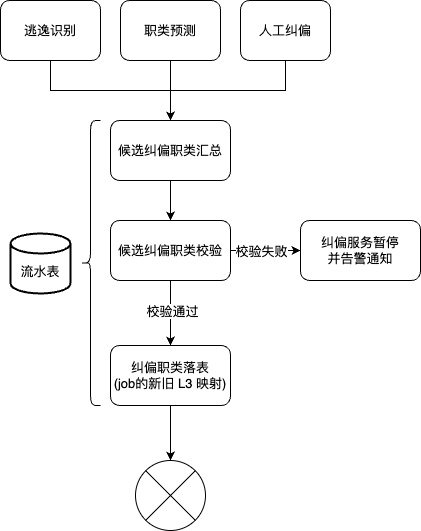
Before: work-draw-file/职类纠偏.png, a diagram exported from draw.io (liujunao/draw-data). Source tidied: cells renumbered, new cells last; positions are measured from the earlier drawing's top-left corner, leaving out a move shared by most shapes.
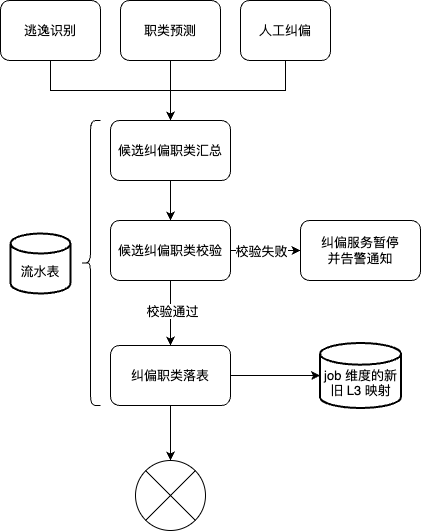
After the commit.

Commit message:
更新职类纠偏.png

What changed in the source:
```diff
@@ -5,7 +5,10 @@
     <mxCell id="2" style="edgeStyle=orthogonalEdgeStyle;rounded=0;jettySize=auto;html=1;exitX=0.5;exitY=1;exitDx=0;exitDy=0;entryX=0.5;entryY=0;entryDx=0;entryDy=0;entryPerimeter=0;" parent="1" edge="1" source="3" target="20">
       <mxGeometry relative="1" as="geometry" />
     </mxCell>
+    <mxCell id="21" style="edgeStyle=orthogonalEdgeStyle;rounded=0;jettySize=auto;html=1;exitX=1;exitY=0.5;exitDx=0;exitDy=0;entryX=0;entryY=0.5;entryDx=0;entryDy=0;entryPerimeter=0;" parent="1" edge="1" source="3" target="22">
+      <mxGeometry relative="1" as="geometry" />
+    </mxCell>
-    <mxCell id="3" value="纠偏职类落表&lt;br&gt;(job的新旧 L3 映射)" style="rounded=1;whiteSpace=wrap;html=1;" parent="1" vertex="1">
+    <mxCell id="3" value="纠偏职类落表" style="rounded=1;whiteSpace=wrap;html=1;" parent="1" vertex="1">
       <mxGeometry x="110" y="345" width="120" height="60" as="geometry" />
     </mxCell>
     <mxCell id="4" style="edgeStyle=orthogonalEdgeStyle;rounded=0;jettySize=auto;html=1;exitX=0.5;exitY=1;exitDx=0;exitDy=0;" parent="1" edge="1" source="8" target="3">
@@ -61,5 +64,8 @@
     <mxCell id="20" style="verticalLabelPosition=bottom;verticalAlign=top;html=1;shape=mxgraph.flowchart.or;" parent="1" vertex="1">
       <mxGeometry x="135" y="460" width="70" height="70" as="geometry" />
     </mxCell>
+    <mxCell id="22" value="&lt;br&gt;job 维度的新旧 L3 映射" style="strokeWidth=2;html=1;shape=mxgraph.flowchart.database;whiteSpace=wrap;" parent="1" vertex="1">
+      <mxGeometry x="319.5" y="342.5" width="81" height="65" as="geometry" />
+    </mxCell>
   </root>
 </mxGraphModel>
```
